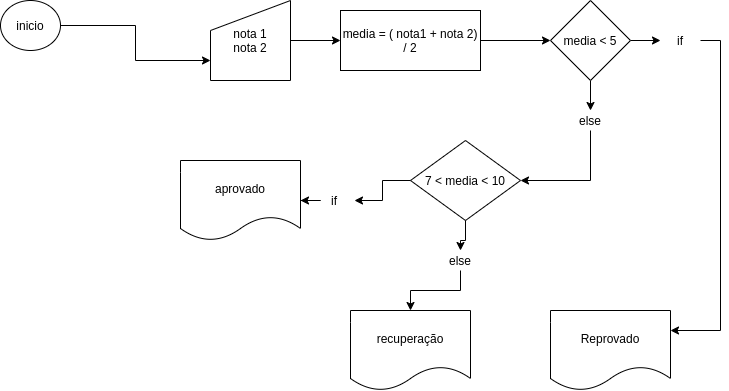
This is tarefa2_questaoA.png from Lrlk/tarefas-de-APC, a draw.io export, as it was before one commit. Source tidied: cells renumbered, new cells last; positions are measured from the earlier drawing's top-left corner, leaving out a move shared by most shapes. The source it was exported from:
```xml
<mxGraphModel>
  <root>
    <mxCell id="0" />
    <mxCell id="1" parent="0" />
    <mxCell id="2" style="edgeStyle=orthogonalEdgeStyle;rounded=0;jettySize=auto;html=1;entryX=0;entryY=0.75;entryDx=0;entryDy=0;" parent="1" edge="1" source="3" target="5">
      <mxGeometry relative="1" as="geometry" />
    </mxCell>
    <mxCell id="3" value="inicio" style="ellipse;whiteSpace=wrap;html=1;" parent="1" vertex="1">
      <mxGeometry width="60" height="50" as="geometry" />
    </mxCell>
    <mxCell id="4" style="edgeStyle=orthogonalEdgeStyle;rounded=0;jettySize=auto;html=1;entryX=0;entryY=0.5;entryDx=0;entryDy=0;" parent="1" edge="1" source="5" target="7">
      <mxGeometry relative="1" as="geometry" />
    </mxCell>
    <mxCell id="5" value="nota 1&lt;br&gt;nota 2" style="shape=manualInput;whiteSpace=wrap;html=1;" parent="1" vertex="1">
      <mxGeometry x="210" width="80" height="80" as="geometry" />
    </mxCell>
    <mxCell id="6" style="edgeStyle=orthogonalEdgeStyle;rounded=0;jettySize=auto;html=1;entryX=0;entryY=0.5;entryDx=0;entryDy=0;" parent="1" edge="1" source="7" target="12">
      <mxGeometry relative="1" as="geometry" />
    </mxCell>
    <mxCell id="7" value="media = ( nota1 + nota 2) / 2" style="rounded=0;whiteSpace=wrap;html=1;" parent="1" vertex="1">
      <mxGeometry x="340" y="10" width="140" height="60" as="geometry" />
    </mxCell>
    <mxCell id="8" style="edgeStyle=orthogonalEdgeStyle;rounded=0;jettySize=auto;html=1;entryX=1;entryY=0.5;entryDx=0;entryDy=0;exitX=0.5;exitY=1;exitDx=0;exitDy=0;" parent="1" edge="1" source="23" target="15">
      <mxGeometry relative="1" as="geometry" />
    </mxCell>
    <mxCell id="9" style="edgeStyle=orthogonalEdgeStyle;rounded=0;jettySize=auto;html=1;entryX=1;entryY=0.25;entryDx=0;entryDy=0;" parent="1" edge="1" source="24" target="16">
      <mxGeometry relative="1" as="geometry">
        <Array as="points">
          <mxPoint x="720" y="40" />
        </Array>
      </mxGeometry>
    </mxCell>
    <mxCell id="10" style="edgeStyle=orthogonalEdgeStyle;rounded=0;jettySize=auto;html=1;" parent="1" edge="1" source="12" target="23">
      <mxGeometry relative="1" as="geometry" />
    </mxCell>
    <mxCell id="11" style="edgeStyle=orthogonalEdgeStyle;rounded=0;jettySize=auto;html=1;" parent="1" edge="1" source="12" target="24">
      <mxGeometry relative="1" as="geometry" />
    </mxCell>
    <mxCell id="12" value="media &amp;lt; 5" style="rhombus;whiteSpace=wrap;html=1;" parent="1" vertex="1">
      <mxGeometry x="550" width="80" height="80" as="geometry" />
    </mxCell>
    <mxCell id="13" style="edgeStyle=orthogonalEdgeStyle;rounded=0;jettySize=auto;html=1;" parent="1" edge="1" source="21" target="17">
      <mxGeometry relative="1" as="geometry" />
    </mxCell>
    <mxCell id="14" style="edgeStyle=orthogonalEdgeStyle;rounded=0;jettySize=auto;html=1;" parent="1" edge="1" source="19" target="18">
      <mxGeometry relative="1" as="geometry" />
    </mxCell>
    <mxCell id="15" value="7 &amp;lt; media &amp;lt; 10" style="rhombus;whiteSpace=wrap;html=1;" parent="1" vertex="1">
      <mxGeometry x="410" y="140" width="110" height="80" as="geometry" />
    </mxCell>
    <mxCell id="16" value="Reprovado" style="shape=document;whiteSpace=wrap;html=1;boundedLbl=1;" parent="1" vertex="1">
      <mxGeometry x="550" y="310" width="120" height="80" as="geometry" />
    </mxCell>
    <mxCell id="17" value="recuperação" style="shape=document;whiteSpace=wrap;html=1;boundedLbl=1;" parent="1" vertex="1">
      <mxGeometry x="350" y="310" width="120" height="80" as="geometry" />
    </mxCell>
    <mxCell id="18" value="aprovado" style="shape=document;whiteSpace=wrap;html=1;boundedLbl=1;" parent="1" vertex="1">
      <mxGeometry x="180" y="160" width="120" height="80" as="geometry" />
    </mxCell>
    <mxCell id="19" value="if" style="text;html=1;strokeColor=none;fillColor=none;align=center;verticalAlign=middle;whiteSpace=wrap;rounded=0;" parent="1" vertex="1">
      <mxGeometry x="314" y="190" width="40" height="20" as="geometry" />
    </mxCell>
    <mxCell id="20" style="edgeStyle=orthogonalEdgeStyle;rounded=0;jettySize=auto;html=1;" parent="1" edge="1" source="15" target="19">
      <mxGeometry relative="1" as="geometry" />
    </mxCell>
    <mxCell id="21" value="else" style="text;html=1;strokeColor=none;fillColor=none;align=center;verticalAlign=middle;whiteSpace=wrap;rounded=0;" parent="1" vertex="1">
      <mxGeometry x="440" y="250" width="40" height="20" as="geometry" />
    </mxCell>
    <mxCell id="22" style="edgeStyle=orthogonalEdgeStyle;rounded=0;jettySize=auto;html=1;" parent="1" edge="1" source="15" target="21">
      <mxGeometry relative="1" as="geometry" />
    </mxCell>
    <mxCell id="23" value="else" style="text;html=1;strokeColor=none;fillColor=none;align=center;verticalAlign=middle;whiteSpace=wrap;rounded=0;" parent="1" vertex="1">
      <mxGeometry x="570" y="110" width="40" height="20" as="geometry" />
    </mxCell>
    <mxCell id="24" value="if" style="text;html=1;strokeColor=none;fillColor=none;align=center;verticalAlign=middle;whiteSpace=wrap;rounded=0;" parent="1" vertex="1">
      <mxGeometry x="660" y="30" width="40" height="20" as="geometry" />
    </mxCell>
  </root>
</mxGraphModel>
```
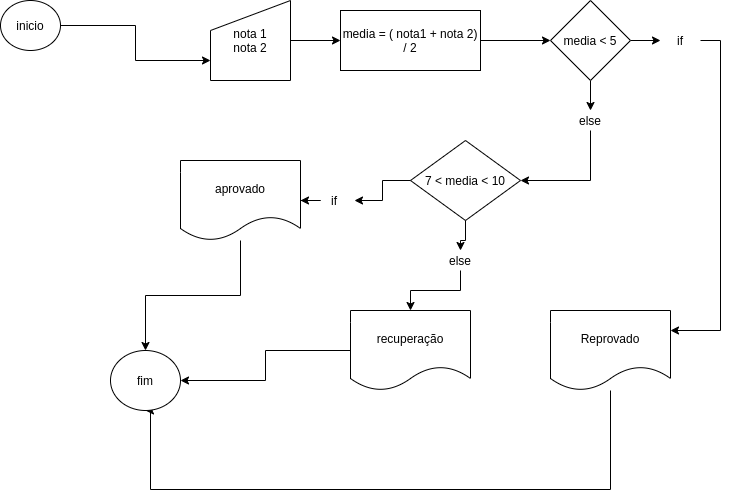
After the change.

Diff of the diagram source:
```diff
@@ -48,12 +48,27 @@
     <mxCell id="15" value="7 &amp;lt; media &amp;lt; 10" style="rhombus;whiteSpace=wrap;html=1;" parent="1" vertex="1">
       <mxGeometry x="410" y="140" width="110" height="80" as="geometry" />
     </mxCell>
+    <mxCell id="25" style="edgeStyle=orthogonalEdgeStyle;rounded=0;jettySize=auto;html=1;entryX=0.5;entryY=1;entryDx=0;entryDy=0;" parent="1" edge="1" source="16" target="28">
+      <mxGeometry relative="1" as="geometry">
+        <Array as="points">
+          <mxPoint x="610" y="489" />
+          <mxPoint x="150" y="489" />
+          <mxPoint x="150" y="410" />
+        </Array>
+      </mxGeometry>
+    </mxCell>
     <mxCell id="16" value="Reprovado" style="shape=document;whiteSpace=wrap;html=1;boundedLbl=1;" parent="1" vertex="1">
       <mxGeometry x="550" y="310" width="120" height="80" as="geometry" />
     </mxCell>
+    <mxCell id="26" style="edgeStyle=orthogonalEdgeStyle;rounded=0;jettySize=auto;html=1;entryX=1;entryY=0.5;entryDx=0;entryDy=0;" parent="1" edge="1" source="17" target="28">
+      <mxGeometry relative="1" as="geometry" />
+    </mxCell>
     <mxCell id="17" value="recuperação" style="shape=document;whiteSpace=wrap;html=1;boundedLbl=1;" parent="1" vertex="1">
       <mxGeometry x="350" y="310" width="120" height="80" as="geometry" />
     </mxCell>
+    <mxCell id="27" style="edgeStyle=orthogonalEdgeStyle;rounded=0;jettySize=auto;html=1;" parent="1" edge="1" source="18" target="28">
+      <mxGeometry relative="1" as="geometry" />
+    </mxCell>
     <mxCell id="18" value="aprovado" style="shape=document;whiteSpace=wrap;html=1;boundedLbl=1;" parent="1" vertex="1">
       <mxGeometry x="180" y="160" width="120" height="80" as="geometry" />
     </mxCell>
@@ -75,5 +90,8 @@
     <mxCell id="24" value="if" style="text;html=1;strokeColor=none;fillColor=none;align=center;verticalAlign=middle;whiteSpace=wrap;rounded=0;" parent="1" vertex="1">
       <mxGeometry x="660" y="30" width="40" height="20" as="geometry" />
     </mxCell>
+    <mxCell id="28" value="fim" style="ellipse;whiteSpace=wrap;html=1;" parent="1" vertex="1">
+      <mxGeometry x="110" y="350" width="70" height="60" as="geometry" />
+    </mxCell>
   </root>
 </mxGraphModel>
```
